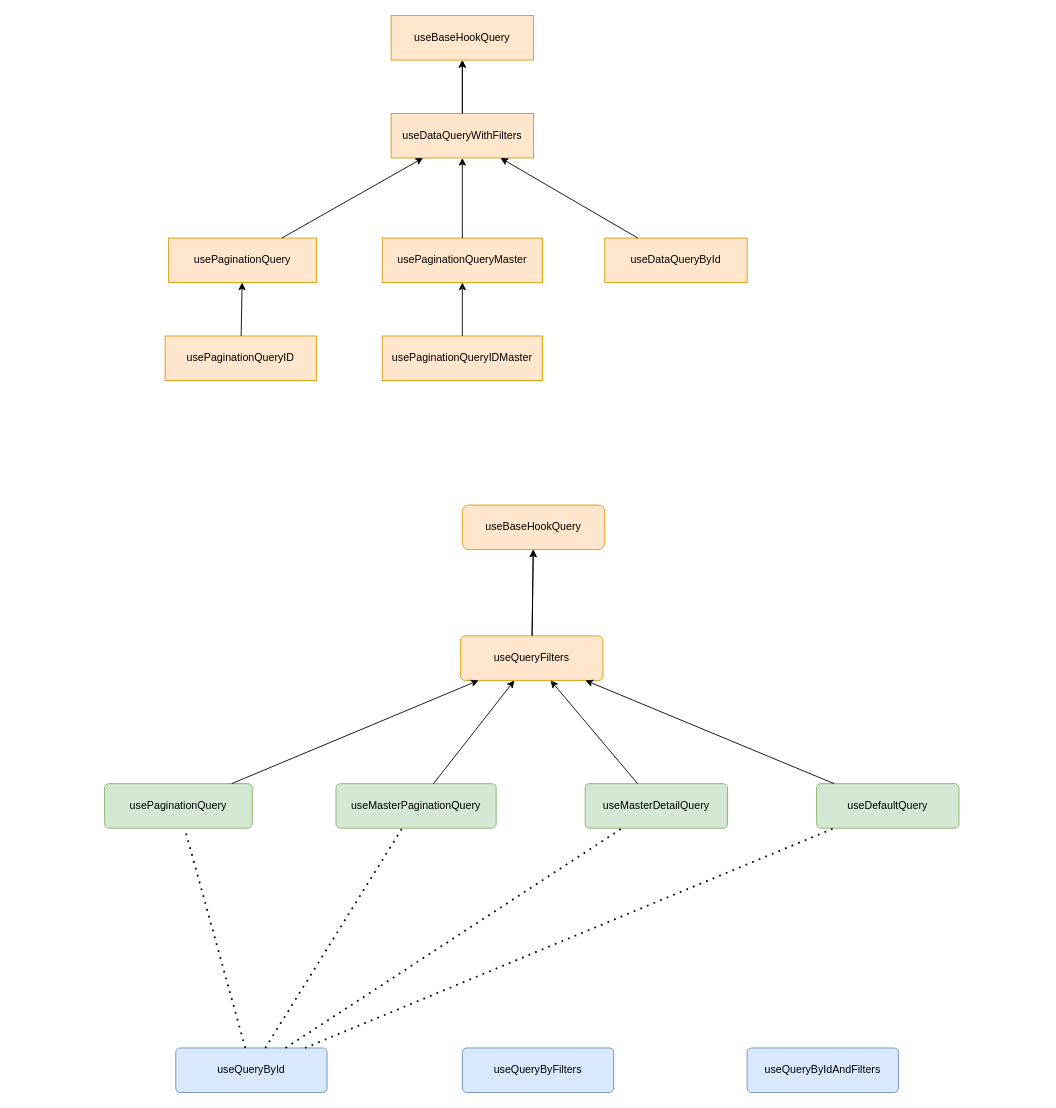
This is Diagrama sin título.drawio from gamboacarlos/preview-test, a draw.io file, before an edit. Source tidied: cells renumbered, new cells numbered last; positions are measured from the earlier drawing's top-left corner, leaving out a move shared by most shapes. Both pictures are drawn from the tidied source at 89%, with x=0, y=0 at pixel (104, 15).
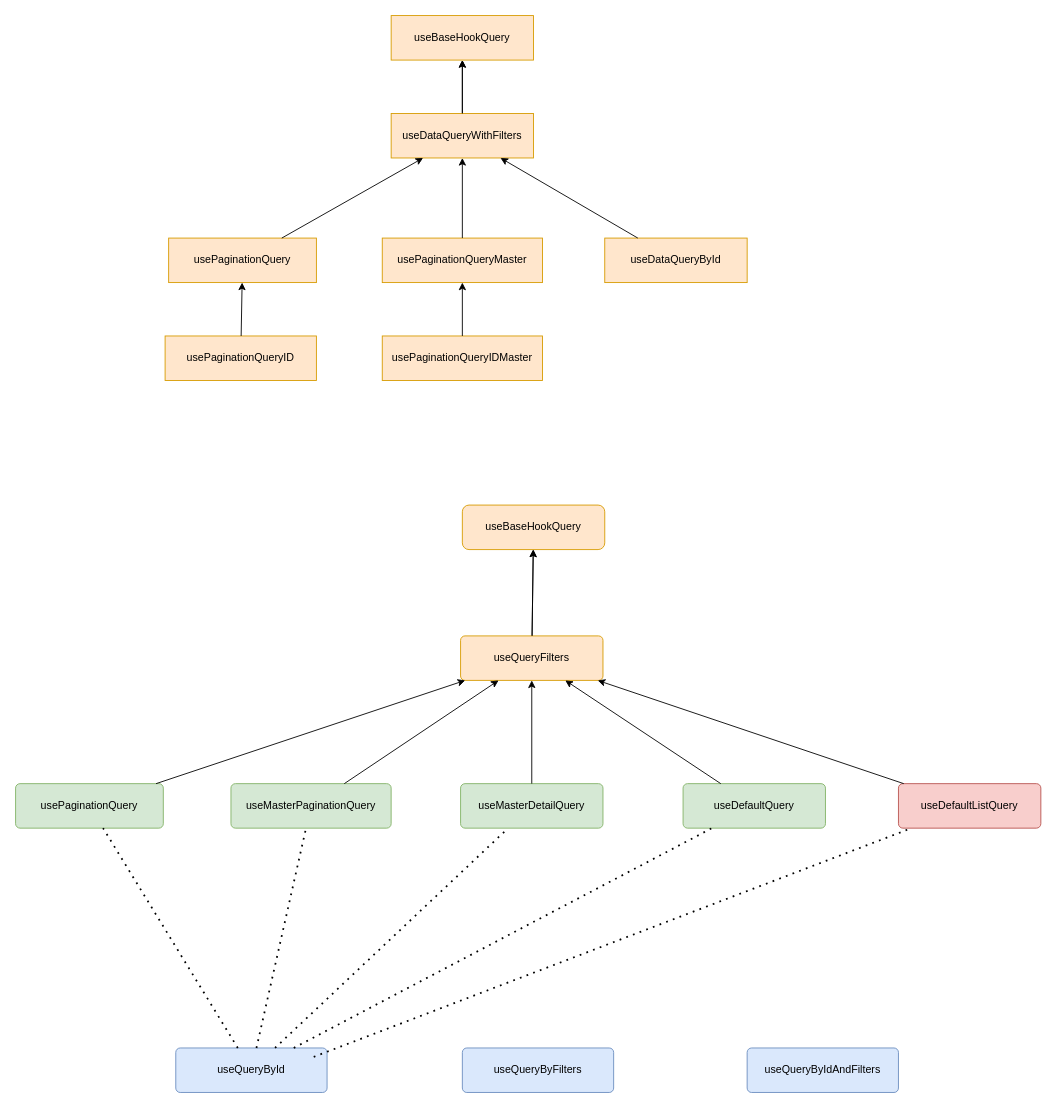
The same diagram, later.

Unchanged cells that the change refers to:
```xml
<mxCell id="18" value="useQueryFilters" style="rounded=1;whiteSpace=wrap;html=1;fontSize=12;glass=0;strokeWidth=1;shadow=0;arcSize=10;fillColor=#ffe6cc;strokeColor=#d79b00;" parent="1" vertex="1">
  <mxGeometry x="400" y="697" width="160" height="50" as="geometry" />
</mxCell>
```

Change to the diagram source:
```diff
@@
     <mxCell id="20" value="usePaginationQuery" style="rounded=1;whiteSpace=wrap;html=1;fontSize=12;glass=0;strokeWidth=1;shadow=0;arcSize=10;fillColor=#d5e8d4;strokeColor=#82b366;" parent="1" vertex="1">
-      <mxGeometry y="863" width="166" height="50" as="geometry" />
+      <mxGeometry x="-100" y="863" width="166" height="50" as="geometry" />
     </mxCell>
@@
     <mxCell id="22" value="useMasterPaginationQuery" style="rounded=1;whiteSpace=wrap;html=1;fontSize=12;glass=0;strokeWidth=1;shadow=0;arcSize=10;fillColor=#d5e8d4;strokeColor=#82b366;" parent="1" vertex="1">
-      <mxGeometry x="260" y="863" width="180" height="50" as="geometry" />
+      <mxGeometry x="142" y="863" width="180" height="50" as="geometry" />
     </mxCell>
     <mxCell id="23" value="useMasterDetailQuery" style="rounded=1;whiteSpace=wrap;html=1;fontSize=12;glass=0;strokeWidth=1;shadow=0;arcSize=10;fillColor=#d5e8d4;strokeColor=#82b366;" parent="1" vertex="1">
-      <mxGeometry x="540" y="863" width="160" height="50" as="geometry" />
+      <mxGeometry x="400" y="863" width="160" height="50" as="geometry" />
     </mxCell>
@@
     <mxCell id="27" value="useDefaultQuery" style="rounded=1;whiteSpace=wrap;html=1;fontSize=12;glass=0;strokeWidth=1;shadow=0;arcSize=10;fillColor=#d5e8d4;strokeColor=#82b366;" parent="1" vertex="1">
-      <mxGeometry x="800" y="863" width="160" height="50" as="geometry" />
+      <mxGeometry x="650" y="863" width="160" height="50" as="geometry" />
     </mxCell>
@@
+    <mxCell id="35" value="useDefaultListQuery" style="rounded=1;whiteSpace=wrap;html=1;fontSize=12;glass=0;strokeWidth=1;shadow=0;arcSize=10;fillColor=#f8cecc;strokeColor=#b85450;" parent="1" vertex="1">
+      <mxGeometry x="892" y="863" width="160" height="50" as="geometry" />
+    </mxCell>
+    <mxCell id="36" style="endArrow=classic;html=1;rounded=0;" parent="1" edge="1" source="35" target="18">
+      <mxGeometry relative="1" as="geometry" />
+    </mxCell>
+    <mxCell id="37" style="endArrow=none;dashed=1;html=1;dashPattern=1 3;strokeWidth=2;rounded=0;" parent="1" edge="1" target="35">
+      <mxGeometry relative="1" as="geometry">
+        <mxPoint x="235" y="1170" as="sourcePoint" />
+      </mxGeometry>
+    </mxCell>
```
